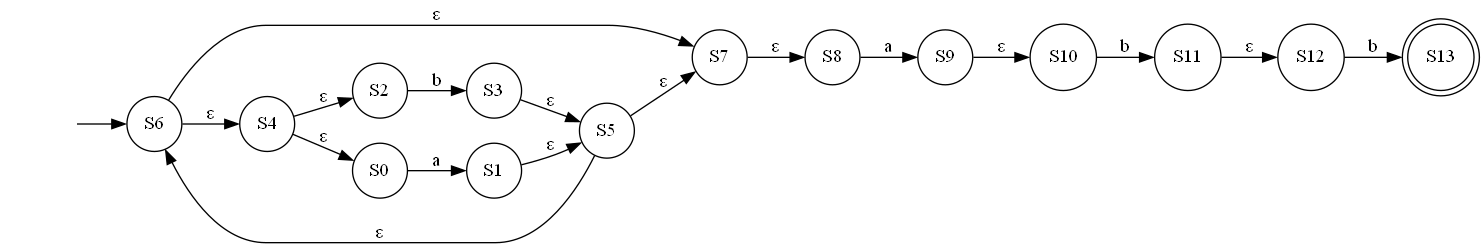
Before: NFA.gv.png, a diagram exported from Graphviz (youssefhassan01/Compilers_Assignment). Its source is kept beside it as NFA.gv.
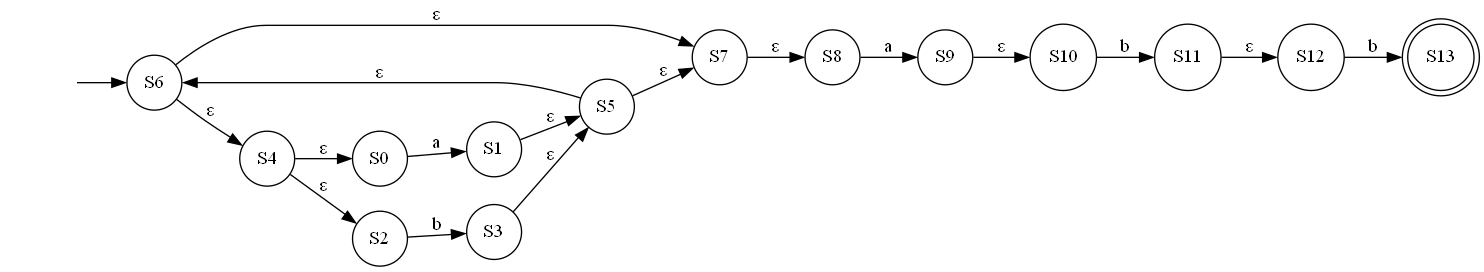
Later version of the same file.

Diff of the diagram source:
```diff
@@ -2,19 +2,19 @@
 	graph [rankdir=LR]
 	"" [label="" shape=plaintext]
 	S13 [label=S13 shape=doublecircle]
-	S6 [label=S6 shape=circle]
+	S8 [label=S8 shape=circle]
+	S5 [label=S5 shape=circle]
 	S7 [label=S7 shape=circle]
-	S12 [label=S12 shape=circle]
-	S3 [label=S3 shape=circle]
-	S5 [label=S5 shape=circle]
-	S2 [label=S2 shape=circle]
 	S10 [label=S10 shape=circle]
 	S9 [label=S9 shape=circle]
+	S6 [label=S6 shape=circle]
+	S11 [label=S11 shape=circle]
+	S2 [label=S2 shape=circle]
+	S12 [label=S12 shape=circle]
+	S0 [label=S0 shape=circle]
+	S3 [label=S3 shape=circle]
+	S4 [label=S4 shape=circle]
 	S1 [label=S1 shape=circle]
-	S8 [label=S8 shape=circle]
-	S4 [label=S4 shape=circle]
-	S0 [label=S0 shape=circle]
-	S11 [label=S11 shape=circle]
 	"" -> S6 [label=""]
 	S0 -> S1 [label=a]
 	S1 -> S5 [label="ε"]
@@ -22,8 +22,8 @@
 	S3 -> S5 [label="ε"]
 	S4 -> S0 [label="ε"]
 	S4 -> S2 [label="ε"]
+	S5 -> S7 [label="ε"]
 	S5 -> S6 [label="ε"]
-	S5 -> S7 [label="ε"]
 	S6 -> S7 [label="ε"]
 	S6 -> S4 [label="ε"]
 	S7 -> S8 [label="ε"]
```
